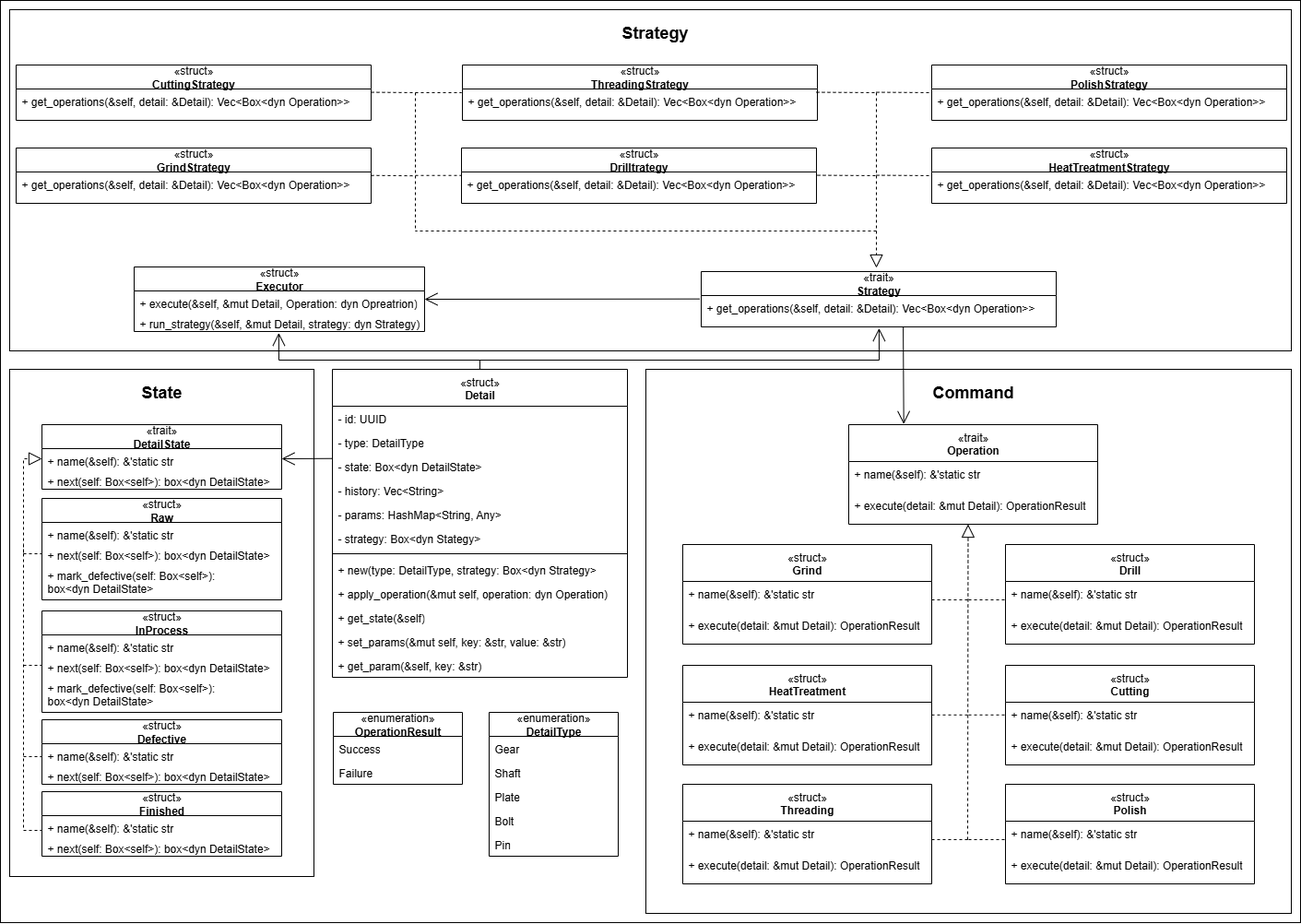
This is docs/uml.png from SasunHuevich/lab-manufacturing-workflow, a draw.io export, as it was before one commit. Source tidied: cells renumbered, new cells last; positions are measured from the earlier drawing's top-left corner, leaving out a move shared by most shapes.
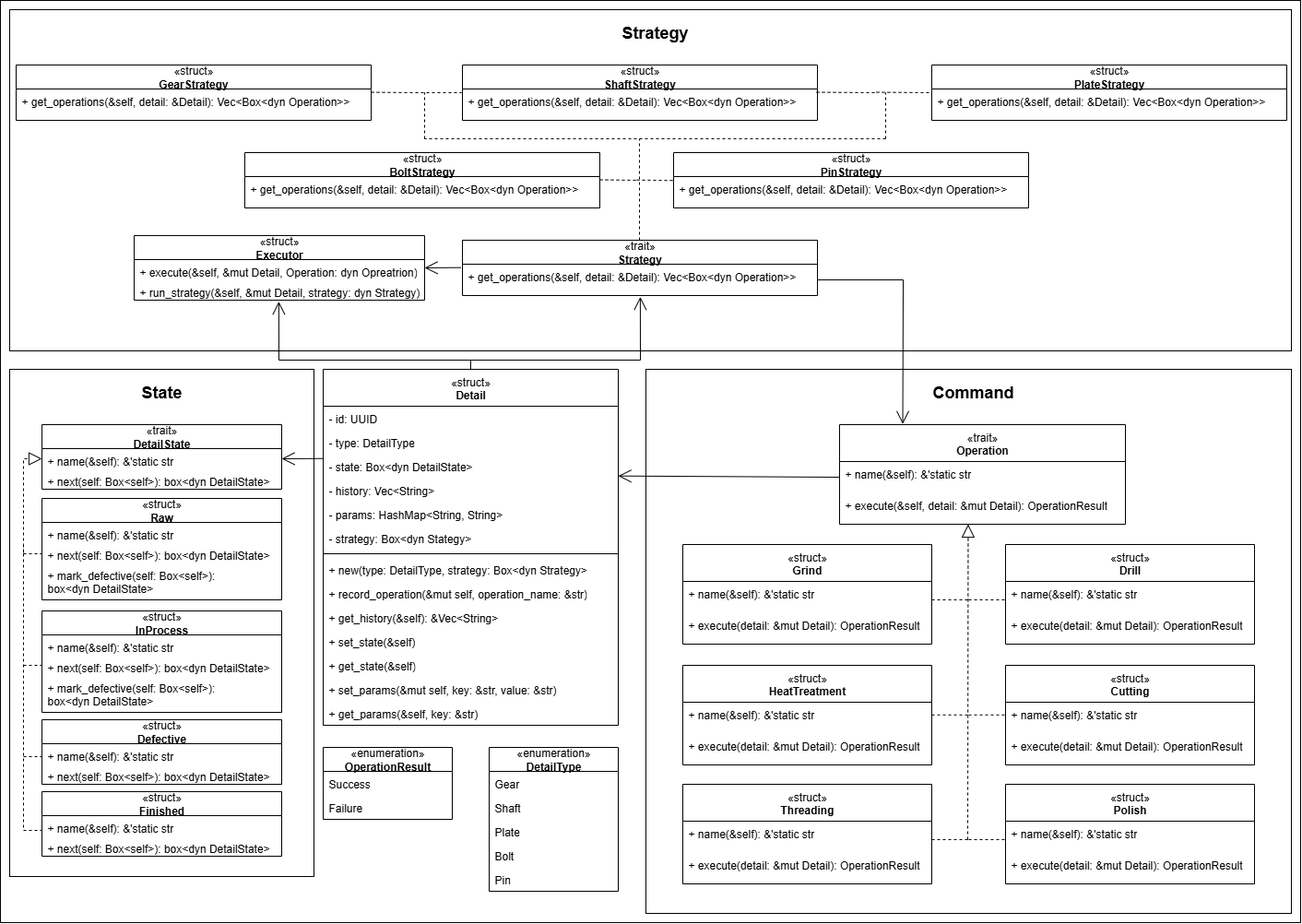
Above is the later version.

What changed in the source:
```diff
@@ -17,12 +17,12 @@
     <mxCell id="6" value="&lt;span style=&quot;font-weight: 400;&quot;&gt;«trait»&lt;/span&gt;&lt;br style=&quot;font-weight: 400;&quot;&gt;&lt;div&gt;&lt;span style=&quot;background-color: transparent; color: light-dark(rgb(0, 0, 0), rgb(255, 255, 255));&quot;&gt;Operation&lt;/span&gt;&lt;/div&gt;" style="swimlane;fontStyle=1;align=center;verticalAlign=top;horizontal=1;startSize=40;whiteSpace=wrap;html=1;" parent="1" vertex="1">
-      <mxGeometry x="920" y="460" width="270" height="108" as="geometry" />
+      <mxGeometry x="910" y="460" width="310" height="108" as="geometry" />
     </mxCell>
     <mxCell id="7" value="+ name(&amp;amp;self): &amp;amp;'static str" style="text;strokeColor=none;fillColor=none;align=left;verticalAlign=top;spacingLeft=4;spacingRight=4;overflow=hidden;points=[[0,0.5],[1,0.5]];portConstraint=eastwest;whiteSpace=wrap;html=1;" parent="6" vertex="1">
-      <mxGeometry y="40" width="270" height="34" as="geometry" />
+      <mxGeometry y="40" width="310" height="34" as="geometry" />
     </mxCell>
-    <mxCell id="8" value="+ execute(detail: &amp;amp;mut Detail): OperationResult" style="text;strokeColor=none;fillColor=none;align=left;verticalAlign=top;spacingLeft=4;spacingRight=4;overflow=hidden;whiteSpace=wrap;html=1;" parent="6" vertex="1">
-      <mxGeometry y="74" width="270" height="34" as="geometry" />
+    <mxCell id="8" value="+ execute(&amp;amp;self, detail: &amp;amp;mut Detail): OperationResult" style="text;strokeColor=none;fillColor=none;align=left;verticalAlign=top;spacingLeft=4;spacingRight=4;overflow=hidden;whiteSpace=wrap;html=1;" parent="6" vertex="1">
+      <mxGeometry y="74" width="310" height="34" as="geometry" />
     </mxCell>
     <mxCell id="9" value="«enumeration»&lt;br&gt;&lt;div&gt;&lt;b&gt;OperationResult&lt;/b&gt;&lt;/div&gt;" style="swimlane;fontStyle=0;horizontal=1;startSize=26;fillColor=none;whiteSpace=wrap;html=1;" parent="1" vertex="1">
-      <mxGeometry x="361" y="772" width="140" height="78" as="geometry" />
+      <mxGeometry x="350" y="810" width="140" height="78" as="geometry" />
     </mxCell>
@@ -35,3 +35,3 @@
     <mxCell id="12" value="«enumeration»&lt;br&gt;&lt;div&gt;&lt;b&gt;DetailType&lt;/b&gt;&lt;/div&gt;" style="swimlane;fontStyle=0;horizontal=1;startSize=26;fillColor=none;whiteSpace=wrap;html=1;" parent="1" vertex="1">
-      <mxGeometry x="530" y="772" width="140" height="156" as="geometry" />
+      <mxGeometry x="530" y="810" width="140" height="156" as="geometry" />
     </mxCell>
@@ -248,7 +248,11 @@
     </mxCell>
-    <mxCell id="69" style="endArrow=open;endFill=1;endSize=12;html=1;rounded=0;entryX=0.221;entryY=-0.006;entryDx=0;entryDy=0;entryPerimeter=0;exitX=0.569;exitY=0.995;exitDx=0;exitDy=0;exitPerimeter=0;" parent="1" edge="1" source="84" target="6">
-      <mxGeometry relative="1" as="geometry" />
+    <mxCell id="69" style="endArrow=open;endFill=1;endSize=12;html=1;rounded=0;entryX=0.221;entryY=-0.006;entryDx=0;entryDy=0;entryPerimeter=0;exitX=1;exitY=0.5;exitDx=0;exitDy=0;" parent="1" edge="1" source="84" target="6">
+      <mxGeometry relative="1" as="geometry">
+        <Array as="points">
+          <mxPoint x="979" y="303" />
+        </Array>
+      </mxGeometry>
     </mxCell>
     <mxCell id="70" value="&lt;div&gt;&lt;span style=&quot;font-weight: 400;&quot;&gt;«struct»&lt;/span&gt;&lt;br style=&quot;font-weight: 400;&quot;&gt;&lt;/div&gt;Detail" style="swimlane;fontStyle=1;align=center;verticalAlign=top;horizontal=1;startSize=40;whiteSpace=wrap;html=1;" parent="1" vertex="1">
-      <mxGeometry x="360" y="400" width="320" height="334" as="geometry" />
+      <mxGeometry x="350" y="400" width="320" height="386" as="geometry" />
     </mxCell>
@@ -266,3 +270,3 @@
     </mxCell>
-    <mxCell id="75" value="- params: HashMap&amp;lt;String, Any&amp;gt;" style="text;strokeColor=none;fillColor=none;align=left;verticalAlign=top;spacingLeft=4;spacingRight=4;overflow=hidden;whiteSpace=wrap;html=1;" parent="70" vertex="1">
+    <mxCell id="75" value="- params: HashMap&amp;lt;String, String&amp;gt;" style="text;strokeColor=none;fillColor=none;align=left;verticalAlign=top;spacingLeft=4;spacingRight=4;overflow=hidden;whiteSpace=wrap;html=1;" parent="70" vertex="1">
       <mxGeometry y="144" width="320" height="26" as="geometry" />
@@ -278,16 +282,22 @@
     </mxCell>
-    <mxCell id="79" value="+ apply_operation(&amp;amp;mut self, operation: dyn Operation)" style="text;strokeColor=none;fillColor=none;align=left;verticalAlign=top;spacingLeft=4;spacingRight=4;overflow=hidden;whiteSpace=wrap;html=1;" parent="70" vertex="1">
+    <mxCell id="79" value="+ record_operation(&amp;amp;mut self, operation_name: &amp;amp;str)" style="text;strokeColor=none;fillColor=none;align=left;verticalAlign=top;spacingLeft=4;spacingRight=4;overflow=hidden;whiteSpace=wrap;html=1;" parent="70" vertex="1">
       <mxGeometry y="230" width="320" height="26" as="geometry" />
     </mxCell>
+    <mxCell id="115" value="+ get_history(&amp;amp;self): &amp;amp;Vec&amp;lt;String&amp;gt;" style="text;strokeColor=none;fillColor=none;align=left;verticalAlign=top;spacingLeft=4;spacingRight=4;overflow=hidden;whiteSpace=wrap;html=1;" parent="70" vertex="1">
+      <mxGeometry y="256" width="320" height="26" as="geometry" />
+    </mxCell>
+    <mxCell id="116" value="+ set_state(&amp;amp;self)&lt;div&gt;&lt;br&gt;&lt;/div&gt;" style="text;strokeColor=none;fillColor=none;align=left;verticalAlign=top;spacingLeft=4;spacingRight=4;overflow=hidden;whiteSpace=wrap;html=1;" parent="70" vertex="1">
+      <mxGeometry y="282" width="320" height="26" as="geometry" />
+    </mxCell>
     <mxCell id="80" value="+ get_state(&amp;amp;self)&lt;div&gt;&lt;br&gt;&lt;/div&gt;" style="text;strokeColor=none;fillColor=none;align=left;verticalAlign=top;spacingLeft=4;spacingRight=4;overflow=hidden;whiteSpace=wrap;html=1;" parent="70" vertex="1">
-      <mxGeometry y="256" width="320" height="26" as="geometry" />
+      <mxGeometry y="308" width="320" height="26" as="geometry" />
     </mxCell>
     <mxCell id="81" value="&lt;div&gt;+ set_params(&amp;amp;mut self, key: &amp;amp;str, value: &amp;amp;str)&lt;/div&gt;" style="text;strokeColor=none;fillColor=none;align=left;verticalAlign=top;spacingLeft=4;spacingRight=4;overflow=hidden;whiteSpace=wrap;html=1;" parent="70" vertex="1">
-      <mxGeometry y="282" width="320" height="26" as="geometry" />
+      <mxGeometry y="334" width="320" height="26" as="geometry" />
     </mxCell>
-    <mxCell id="82" value="&lt;div&gt;+ get_param(&amp;amp;self, key: &amp;amp;str)&lt;/div&gt;" style="text;strokeColor=none;fillColor=none;align=left;verticalAlign=top;spacingLeft=4;spacingRight=4;overflow=hidden;whiteSpace=wrap;html=1;" parent="70" vertex="1">
-      <mxGeometry y="308" width="320" height="26" as="geometry" />
+    <mxCell id="82" value="&lt;div&gt;+ get_params(&amp;amp;self, key: &amp;amp;str)&lt;/div&gt;" style="text;strokeColor=none;fillColor=none;align=left;verticalAlign=top;spacingLeft=4;spacingRight=4;overflow=hidden;whiteSpace=wrap;html=1;" parent="70" vertex="1">
+      <mxGeometry y="360" width="320" height="26" as="geometry" />
     </mxCell>
     <mxCell id="83" value="«trait»&lt;br&gt;&lt;div&gt;&lt;b&gt;Strategy&lt;/b&gt;&lt;/div&gt;" style="swimlane;fontStyle=0;horizontal=1;startSize=26;fillColor=none;whiteSpace=wrap;html=1;" parent="1" vertex="1">
-      <mxGeometry x="760" y="294" width="385" height="60" as="geometry" />
+      <mxGeometry x="501" y="260" width="385" height="60" as="geometry" />
     </mxCell>
@@ -297,3 +307,3 @@
     <mxCell id="85" value="«struct»&lt;br&gt;&lt;div&gt;&lt;b&gt;Executor&lt;/b&gt;&lt;/div&gt;" style="swimlane;fontStyle=0;horizontal=1;startSize=26;fillColor=none;whiteSpace=wrap;html=1;" parent="1" vertex="1">
-      <mxGeometry x="145" y="289" width="315" height="70" as="geometry" />
+      <mxGeometry x="145" y="255" width="315" height="70" as="geometry" />
     </mxCell>
@@ -308,4 +318,4 @@
         <Array as="points">
-          <mxPoint x="520" y="390" />
-          <mxPoint x="953" y="390" />
+          <mxPoint x="510" y="390" />
+          <mxPoint x="694" y="390" />
         </Array>
@@ -316,4 +326,4 @@
     </mxCell>
-    <mxCell id="90" value="«struct»&lt;br&gt;&lt;div&gt;&lt;b&gt;GrindStrategy&lt;/b&gt;&lt;/div&gt;" style="swimlane;fontStyle=0;horizontal=1;startSize=26;fillColor=none;whiteSpace=wrap;html=1;" parent="1" vertex="1">
-      <mxGeometry x="17" y="160" width="385" height="60" as="geometry" />
+    <mxCell id="90" value="«struct»&lt;br&gt;&lt;div&gt;&lt;b&gt;BoltStrategy&lt;/b&gt;&lt;/div&gt;" style="swimlane;fontStyle=0;horizontal=1;startSize=26;fillColor=none;whiteSpace=wrap;html=1;" parent="1" vertex="1">
+      <mxGeometry x="265" y="165" width="385" height="60" as="geometry" />
     </mxCell>
@@ -322,4 +332,4 @@
     </mxCell>
-    <mxCell id="92" value="«struct»&lt;br&gt;&lt;div&gt;&lt;b&gt;Drilltrategy&lt;/b&gt;&lt;/div&gt;" style="swimlane;fontStyle=0;horizontal=1;startSize=26;fillColor=none;whiteSpace=wrap;html=1;" parent="1" vertex="1">
-      <mxGeometry x="500" y="160" width="385" height="60" as="geometry" />
+    <mxCell id="92" value="«struct»&lt;br&gt;&lt;div&gt;&lt;b&gt;PinStrategy&lt;/b&gt;&lt;/div&gt;" style="swimlane;fontStyle=0;horizontal=1;startSize=26;fillColor=none;whiteSpace=wrap;html=1;" parent="1" vertex="1">
+      <mxGeometry x="730" y="165" width="385" height="60" as="geometry" />
     </mxCell>
@@ -328,9 +338,3 @@
     </mxCell>
-    <mxCell id="94" value="«struct»&lt;br&gt;&lt;div&gt;&lt;b&gt;HeatTreatmentStrategy&lt;/b&gt;&lt;/div&gt;" style="swimlane;fontStyle=0;horizontal=1;startSize=26;fillColor=none;whiteSpace=wrap;html=1;" parent="1" vertex="1">
-      <mxGeometry x="1010" y="160" width="385" height="60" as="geometry" />
-    </mxCell>
-    <mxCell id="95" value="+ get_operations(&amp;amp;self, detail: &amp;amp;Detail): Vec&amp;lt;Box&amp;lt;dyn Operation&amp;gt;&amp;gt;" style="text;strokeColor=none;fillColor=none;align=left;verticalAlign=top;spacingLeft=4;spacingRight=4;overflow=hidden;whiteSpace=wrap;html=1;" parent="94" vertex="1">
-      <mxGeometry y="26" width="385" height="34" as="geometry" />
-    </mxCell>
-    <mxCell id="96" value="«struct»&lt;br&gt;&lt;div&gt;&lt;b&gt;CuttingStrategy&lt;/b&gt;&lt;/div&gt;" style="swimlane;fontStyle=0;horizontal=1;startSize=26;fillColor=none;whiteSpace=wrap;html=1;" parent="1" vertex="1">
+    <mxCell id="96" value="«struct»&lt;br&gt;&lt;div&gt;&lt;b&gt;GearStrategy&lt;/b&gt;&lt;/div&gt;" style="swimlane;fontStyle=0;horizontal=1;startSize=26;fillColor=none;whiteSpace=wrap;html=1;" parent="1" vertex="1">
       <mxGeometry x="17" y="70" width="385" height="60" as="geometry" />
@@ -340,3 +344,3 @@
     </mxCell>
-    <mxCell id="98" value="«struct»&lt;br&gt;&lt;div&gt;&lt;b&gt;ThreadingStrategy&lt;/b&gt;&lt;/div&gt;" style="swimlane;fontStyle=0;horizontal=1;startSize=26;fillColor=none;whiteSpace=wrap;html=1;" parent="1" vertex="1">
+    <mxCell id="98" value="«struct»&lt;br&gt;&lt;div&gt;&lt;b&gt;ShaftStrategy&lt;/b&gt;&lt;/div&gt;" style="swimlane;fontStyle=0;horizontal=1;startSize=26;fillColor=none;whiteSpace=wrap;html=1;" parent="1" vertex="1">
       <mxGeometry x="501" y="70" width="385" height="60" as="geometry" />
@@ -346,3 +350,3 @@
     </mxCell>
-    <mxCell id="100" value="«struct»&lt;br&gt;&lt;div&gt;&lt;b&gt;PolishStrategy&lt;/b&gt;&lt;/div&gt;" style="swimlane;fontStyle=0;horizontal=1;startSize=26;fillColor=none;whiteSpace=wrap;html=1;" parent="1" vertex="1">
+    <mxCell id="100" value="«struct»&lt;br&gt;&lt;div&gt;&lt;b&gt;PlateStrategy&lt;/b&gt;&lt;/div&gt;" style="swimlane;fontStyle=0;horizontal=1;startSize=26;fillColor=none;whiteSpace=wrap;html=1;" parent="1" vertex="1">
       <mxGeometry x="1010" y="70" width="385" height="60" as="geometry" />
@@ -352,8 +356,2 @@
     </mxCell>
-    <mxCell id="102" style="endArrow=block;dashed=1;endFill=0;endSize=12;html=1;rounded=0;" parent="1" edge="1">
-      <mxGeometry relative="1" as="geometry">
-        <mxPoint x="950" y="100" as="sourcePoint" />
-        <mxPoint x="950" y="290" as="targetPoint" />
-      </mxGeometry>
-    </mxCell>
     <mxCell id="103" style="endArrow=none;dashed=1;endFill=0;endSize=12;html=1;rounded=0;" parent="1" edge="1">
@@ -370,20 +368,2 @@
     </mxCell>
-    <mxCell id="105" style="endArrow=none;dashed=1;endFill=0;endSize=12;html=1;rounded=0;" parent="1" edge="1">
-      <mxGeometry relative="1" as="geometry">
-        <mxPoint x="950" y="189.6" as="sourcePoint" />
-        <mxPoint x="1010" y="190" as="targetPoint" />
-      </mxGeometry>
-    </mxCell>
-    <mxCell id="106" style="endArrow=none;dashed=1;endFill=0;endSize=12;html=1;rounded=0;" parent="1" edge="1">
-      <mxGeometry relative="1" as="geometry">
-        <mxPoint x="886" y="189.6" as="sourcePoint" />
-        <mxPoint x="951" y="190" as="targetPoint" />
-      </mxGeometry>
-    </mxCell>
-    <mxCell id="107" style="endArrow=none;dashed=1;endFill=0;endSize=12;html=1;rounded=0;" parent="1" edge="1">
-      <mxGeometry relative="1" as="geometry">
-        <mxPoint x="450" y="100" as="sourcePoint" />
-        <mxPoint x="450" y="250" as="targetPoint" />
-      </mxGeometry>
-    </mxCell>
     <mxCell id="108" style="endArrow=none;dashed=1;endFill=0;endSize=12;html=1;rounded=0;" parent="1" edge="1">
@@ -400,18 +380,6 @@
     </mxCell>
-    <mxCell id="110" style="endArrow=none;dashed=1;endFill=0;endSize=12;html=1;rounded=0;" parent="1" edge="1">
-      <mxGeometry relative="1" as="geometry">
-        <mxPoint x="402" y="189.8" as="sourcePoint" />
-        <mxPoint x="450" y="190.2" as="targetPoint" />
-      </mxGeometry>
-    </mxCell>
-    <mxCell id="111" style="endArrow=none;dashed=1;endFill=0;endSize=12;html=1;rounded=0;" parent="1" edge="1">
-      <mxGeometry relative="1" as="geometry">
-        <mxPoint x="450" y="189.8" as="sourcePoint" />
-        <mxPoint x="500" y="189.8" as="targetPoint" />
-      </mxGeometry>
-    </mxCell>
     <mxCell id="112" style="endArrow=none;dashed=1;endFill=0;endSize=12;html=1;rounded=0;" parent="1" edge="1">
       <mxGeometry relative="1" as="geometry">
-        <mxPoint x="950" y="250" as="sourcePoint" />
-        <mxPoint x="450" y="250" as="targetPoint" />
+        <mxPoint x="960" y="150" as="sourcePoint" />
+        <mxPoint x="460" y="150" as="targetPoint" />
       </mxGeometry>
@@ -424,3 +392,3 @@
         <Array as="points">
-          <mxPoint x="520" y="390" />
+          <mxPoint x="510" y="390" />
           <mxPoint x="302" y="390" />
@@ -429,2 +397,35 @@
     </mxCell>
+    <mxCell id="117" style="endArrow=open;endFill=1;endSize=12;html=1;rounded=0;exitX=0;exitY=0.5;exitDx=0;exitDy=0;entryX=1;entryY=0.91;entryDx=0;entryDy=0;entryPerimeter=0;" parent="1" edge="1" source="7" target="73">
+      <mxGeometry relative="1" as="geometry" />
+    </mxCell>
+    <mxCell id="118" style="endArrow=none;dashed=1;endFill=0;endSize=12;html=1;rounded=0;" parent="1" edge="1">
+      <mxGeometry relative="1" as="geometry">
+        <mxPoint x="460" y="150" as="sourcePoint" />
+        <mxPoint x="460" y="100" as="targetPoint" />
+      </mxGeometry>
+    </mxCell>
+    <mxCell id="119" style="endArrow=none;dashed=1;endFill=0;endSize=12;html=1;rounded=0;" parent="1" edge="1">
+      <mxGeometry relative="1" as="geometry">
+        <mxPoint x="960" y="150" as="sourcePoint" />
+        <mxPoint x="960" y="100" as="targetPoint" />
+      </mxGeometry>
+    </mxCell>
+    <mxCell id="120" style="endArrow=none;dashed=1;endFill=0;endSize=12;html=1;rounded=0;" parent="1" edge="1">
+      <mxGeometry relative="1" as="geometry">
+        <mxPoint x="693" y="260" as="sourcePoint" />
+        <mxPoint x="693" y="150" as="targetPoint" />
+      </mxGeometry>
+    </mxCell>
+    <mxCell id="121" style="endArrow=none;dashed=1;endFill=0;endSize=12;html=1;rounded=0;" parent="1" edge="1">
+      <mxGeometry relative="1" as="geometry">
+        <mxPoint x="650" y="194.5" as="sourcePoint" />
+        <mxPoint x="690" y="195" as="targetPoint" />
+      </mxGeometry>
+    </mxCell>
+    <mxCell id="122" style="endArrow=none;dashed=1;endFill=0;endSize=12;html=1;rounded=0;" parent="1" edge="1">
+      <mxGeometry relative="1" as="geometry">
+        <mxPoint x="690" y="194.7" as="sourcePoint" />
+        <mxPoint x="730" y="195.3" as="targetPoint" />
+      </mxGeometry>
+    </mxCell>
   </root>
```
